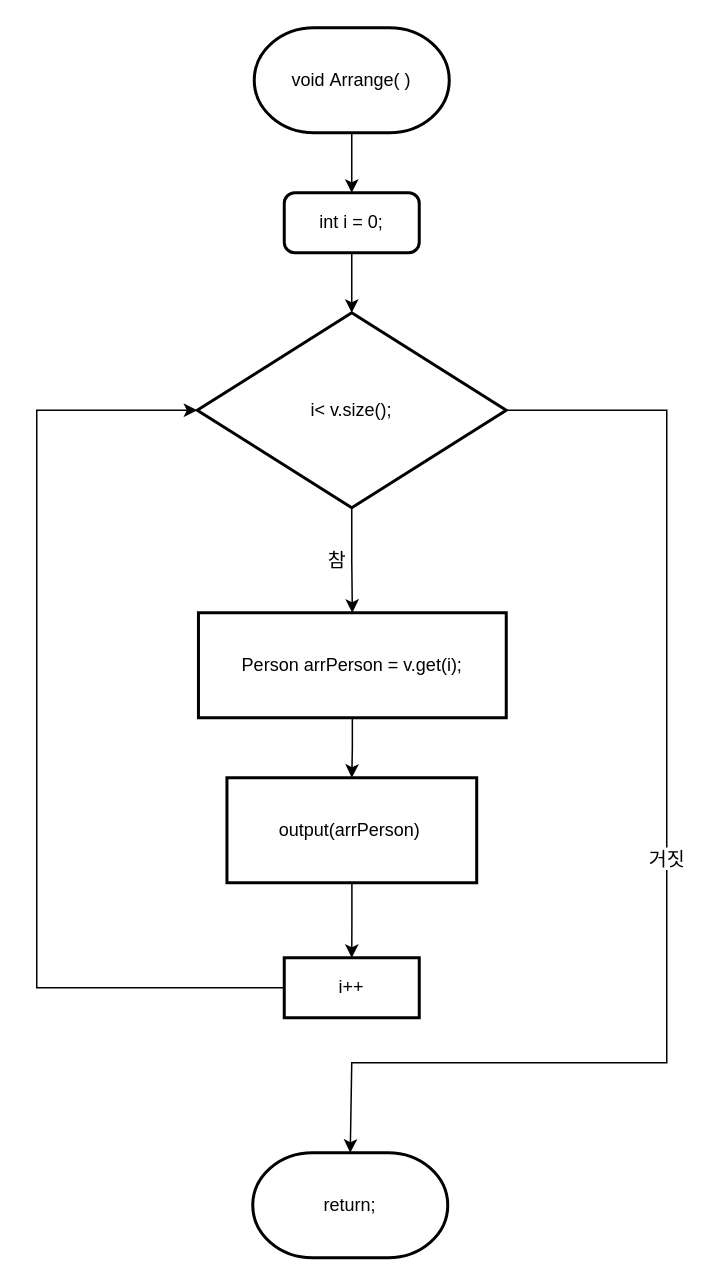
Above: 순서도/Arrange 순서도.drawio in skatld123/PH_list_java (draw.io), before the change. Source tidied: cells renumbered, new cells numbered last; positions are measured from the earlier drawing's top-left corner, leaving out a move shared by most shapes. Both pictures are drawn from the tidied source at 150%, with x=0, y=0 at pixel (36, 27).
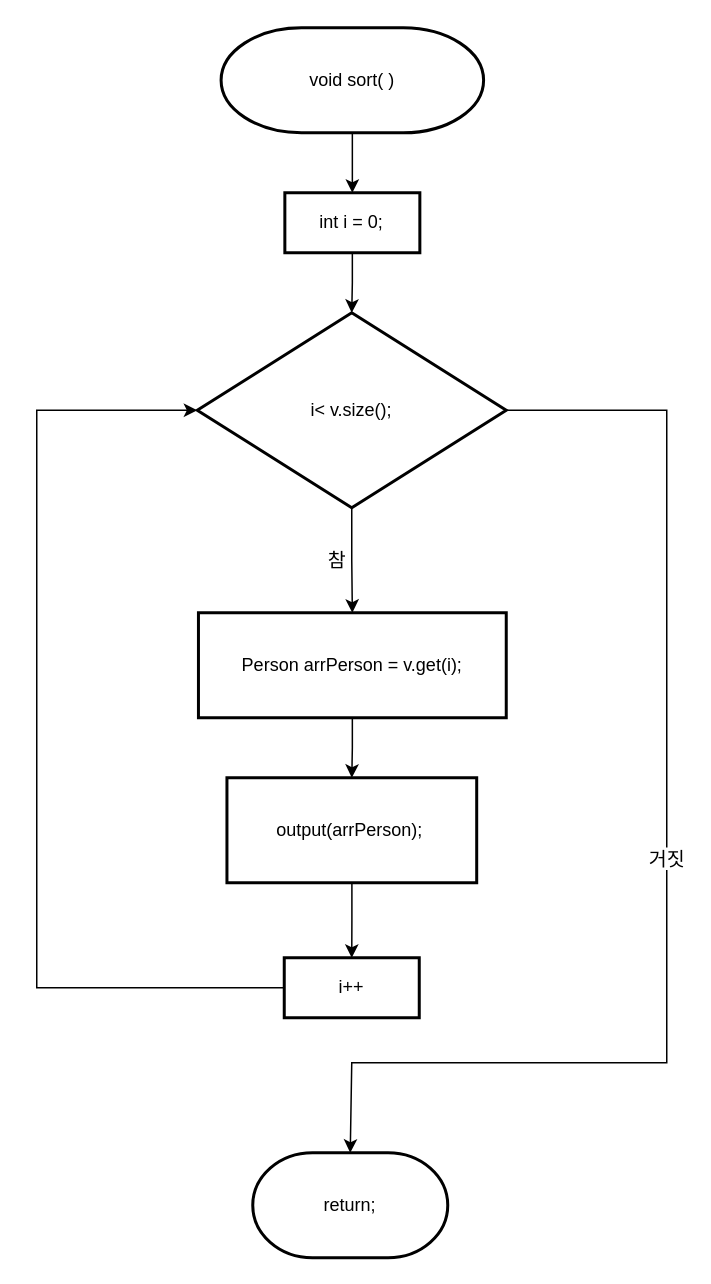
The same page after the edit.

Commit message:
Arrange 순서도.drawio 업데이트

What changed in the source:
```diff
@@
 <mxGraphModel>
   <root>
     <mxCell id="0" />
     <mxCell id="1" parent="0" />
     <mxCell id="2" style="edgeStyle=orthogonalEdgeStyle;rounded=0;jettySize=auto;html=1;entryX=0.5;entryY=0;entryDx=0;entryDy=0;" parent="1" edge="1" source="3" target="15">
       <mxGeometry relative="1" as="geometry" />
     </mxCell>
     <mxCell id="3" value="Person arrPerson = v.get(i);" style="rounded=1;whiteSpace=wrap;html=1;absoluteArcSize=1;arcSize=0;strokeWidth=2;" parent="1" vertex="1">
       <mxGeometry x="107.8" y="390" width="205.2" height="70" as="geometry" />
     </mxCell>
     <mxCell id="4" style="edgeStyle=orthogonalEdgeStyle;rounded=0;jettySize=auto;html=1;exitX=0.5;exitY=1;exitDx=0;exitDy=0;exitPerimeter=0;entryX=0.5;entryY=0;entryDx=0;entryDy=0;fontSize=13;" parent="1" edge="1" source="5" target="11">
       <mxGeometry relative="1" as="geometry" />
     </mxCell>
-    <mxCell id="5" value="&lt;span style=&quot;text-align: left&quot;&gt;void&amp;nbsp;&lt;/span&gt;&lt;span style=&quot;text-align: left&quot;&gt;Arrange( )&lt;/span&gt;" style="strokeWidth=2;html=1;shape=mxgraph.flowchart.terminator;whiteSpace=wrap;" parent="1" vertex="1">
-      <mxGeometry x="145" width="130" height="70" as="geometry" />
+    <mxCell id="5" value="&lt;span style=&quot;text-align: left&quot;&gt;void&amp;nbsp;&lt;/span&gt;&lt;span style=&quot;text-align: left&quot;&gt;sort&lt;/span&gt;&lt;span style=&quot;text-align: left&quot;&gt;( )&lt;/span&gt;" style="strokeWidth=2;html=1;shape=mxgraph.flowchart.terminator;whiteSpace=wrap;" parent="1" vertex="1">
+      <mxGeometry x="122.9" width="175" height="70" as="geometry" />
     </mxCell>
     <mxCell id="6" value="return;" style="strokeWidth=2;html=1;shape=mxgraph.flowchart.terminator;whiteSpace=wrap;" parent="1" vertex="1">
       <mxGeometry x="144" y="750" width="130" height="70" as="geometry" />
     </mxCell>
     <mxCell id="7" value="참" style="edgeStyle=orthogonalEdgeStyle;rounded=0;jettySize=auto;html=1;exitX=0.5;exitY=1;exitDx=0;exitDy=0;exitPerimeter=0;entryX=0.5;entryY=0;entryDx=0;entryDy=0;fontSize=13;" parent="1" edge="1" source="9" target="3">
       <mxGeometry y="-10" relative="1" as="geometry" />
     </mxCell>
     <mxCell id="8" value="거짓" style="edgeStyle=orthogonalEdgeStyle;rounded=0;jettySize=auto;html=1;exitX=1;exitY=0.5;exitDx=0;exitDy=0;exitPerimeter=0;fontSize=13;entryX=0.5;entryY=0;entryDx=0;entryDy=0;entryPerimeter=0;" parent="1" edge="1" source="9" target="6">
       <mxGeometry relative="1" as="geometry">
         <Array as="points">
           <mxPoint x="420" y="255" />
           <mxPoint x="420" y="690" />
           <mxPoint x="210" y="690" />
         </Array>
       </mxGeometry>
     </mxCell>
     <mxCell id="9" value="i&amp;lt; v.size();" style="strokeWidth=2;html=1;shape=mxgraph.flowchart.decision;whiteSpace=wrap;" parent="1" vertex="1">
       <mxGeometry x="107" y="190" width="206" height="130" as="geometry" />
     </mxCell>
     <mxCell id="10" style="edgeStyle=orthogonalEdgeStyle;rounded=0;jettySize=auto;html=1;exitX=0.5;exitY=1;exitDx=0;exitDy=0;entryX=0.5;entryY=0;entryDx=0;entryDy=0;entryPerimeter=0;fontSize=13;" parent="1" edge="1" source="11" target="9">
       <mxGeometry relative="1" as="geometry" />
     </mxCell>
-    <mxCell id="11" value="int i = 0;" style="rounded=1;whiteSpace=wrap;html=1;absoluteArcSize=1;arcSize=14;strokeWidth=2;" parent="1" vertex="1">
-      <mxGeometry x="165" y="110" width="90" height="40" as="geometry" />
+    <mxCell id="11" value="int i = 0;" style="rounded=1;whiteSpace=wrap;html=1;absoluteArcSize=1;arcSize=0;strokeWidth=2;" parent="1" vertex="1">
+      <mxGeometry x="165.4" y="110" width="90" height="40" as="geometry" />
     </mxCell>
     <mxCell id="12" style="edgeStyle=orthogonalEdgeStyle;rounded=0;jettySize=auto;html=1;exitX=0;exitY=0.5;exitDx=0;exitDy=0;entryX=0;entryY=0.5;entryDx=0;entryDy=0;entryPerimeter=0;" parent="1" edge="1" source="13" target="9">
       <mxGeometry relative="1" as="geometry">
         <Array as="points">
           <mxPoint y="640" />
           <mxPoint y="255" />
         </Array>
       </mxGeometry>
     </mxCell>
     <mxCell id="13" value="i++" style="rounded=1;whiteSpace=wrap;html=1;absoluteArcSize=1;arcSize=0;strokeWidth=2;" parent="1" vertex="1">
       <mxGeometry x="165" y="620" width="90" height="40" as="geometry" />
     </mxCell>
     <mxCell id="14" style="edgeStyle=orthogonalEdgeStyle;rounded=0;jettySize=auto;html=1;entryX=0.5;entryY=0;entryDx=0;entryDy=0;" parent="1" edge="1" source="15" target="13">
       <mxGeometry relative="1" as="geometry" />
     </mxCell>
-    <mxCell id="15" value="&lt;span style=&quot;font-family: &amp;#34;helvetica&amp;#34; ; text-align: left&quot;&gt;output(arrPerson)&amp;nbsp;&lt;/span&gt;" style="rounded=1;whiteSpace=wrap;html=1;absoluteArcSize=1;arcSize=0;strokeWidth=2;" parent="1" vertex="1">
+    <mxCell id="15" value="&lt;span style=&quot;font-family: &amp;#34;helvetica&amp;#34; ; text-align: left&quot;&gt;output(arrPerson);&amp;nbsp;&lt;/span&gt;" style="rounded=1;whiteSpace=wrap;html=1;absoluteArcSize=1;arcSize=0;strokeWidth=2;" parent="1" vertex="1">
       <mxGeometry x="126.8" y="500" width="166.5" height="70" as="geometry" />
     </mxCell>
   </root>
 </mxGraphModel>
```
